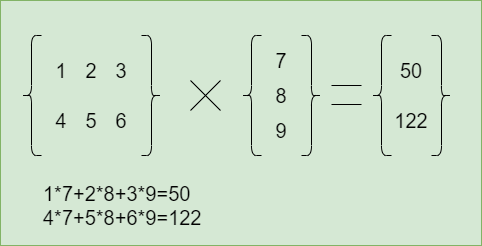
Above: Untitled Diagram.png in yuan-more/cdn (draw.io), before the change. Source tidied: cells renumbered, new cells last; positions are measured from the earlier drawing's top-left corner, leaving out a move shared by most shapes. Its diagram source:
```xml
<mxGraphModel>
  <root>
    <mxCell id="0" />
    <mxCell id="1" parent="0" />
    <mxCell id="2" style="rounded=0;whiteSpace=wrap;html=1;fillColor=#d5e8d4;strokeColor=#82b366;" parent="1" vertex="1">
      <mxGeometry width="481" height="245" as="geometry" />
    </mxCell>
    <mxCell id="3" style="shape=curlyBracket;whiteSpace=wrap;html=1;rounded=1;" parent="1" vertex="1">
      <mxGeometry x="21" y="35" width="20" height="120" as="geometry" />
    </mxCell>
    <mxCell id="4" value="1" style="rounded=0;whiteSpace=wrap;html=1;fillColor=none;strokeColor=none;fontSize=20;fontStyle=0;" parent="1" vertex="1">
      <mxGeometry x="41" y="55" width="40" height="30" as="geometry" />
    </mxCell>
    <mxCell id="5" value="2" style="rounded=0;whiteSpace=wrap;html=1;fillColor=none;strokeColor=none;fontSize=20;fontStyle=0;" parent="1" vertex="1">
      <mxGeometry x="71" y="55" width="40" height="30" as="geometry" />
    </mxCell>
    <mxCell id="6" value="5" style="rounded=0;whiteSpace=wrap;html=1;fillColor=none;strokeColor=none;fontSize=20;fontStyle=0;" parent="1" vertex="1">
      <mxGeometry x="71" y="105" width="40" height="30" as="geometry" />
    </mxCell>
    <mxCell id="7" value="3" style="rounded=0;whiteSpace=wrap;html=1;fillColor=none;strokeColor=none;fontSize=20;fontStyle=0;" parent="1" vertex="1">
      <mxGeometry x="101" y="55" width="40" height="30" as="geometry" />
    </mxCell>
    <mxCell id="8" value="4" style="rounded=0;whiteSpace=wrap;html=1;fillColor=none;strokeColor=none;fontSize=20;fontStyle=0;" parent="1" vertex="1">
      <mxGeometry x="41" y="105" width="40" height="30" as="geometry" />
    </mxCell>
    <mxCell id="9" value="6" style="rounded=0;whiteSpace=wrap;html=1;fillColor=none;strokeColor=none;fontSize=20;fontStyle=0;" parent="1" vertex="1">
      <mxGeometry x="101" y="105" width="40" height="30" as="geometry" />
    </mxCell>
    <mxCell id="10" style="shape=curlyBracket;whiteSpace=wrap;html=1;rounded=1;fillColor=none;fontSize=20;rotation=-180;" parent="1" vertex="1">
      <mxGeometry x="141" y="35" width="20" height="120" as="geometry" />
    </mxCell>
    <mxCell id="11" style="shape=curlyBracket;whiteSpace=wrap;html=1;rounded=1;labelBackgroundColor=#000000;fillColor=none;fontSize=20;fontColor=#000000;" parent="1" vertex="1">
      <mxGeometry x="241" y="35" width="20" height="120" as="geometry" />
    </mxCell>
    <mxCell id="12" value="7" style="rounded=0;whiteSpace=wrap;html=1;fillColor=none;strokeColor=none;fontSize=20;fontStyle=0;" parent="1" vertex="1">
      <mxGeometry x="261" y="45" width="40" height="30" as="geometry" />
    </mxCell>
    <mxCell id="13" value="8" style="rounded=0;whiteSpace=wrap;html=1;fillColor=none;strokeColor=none;fontSize=20;fontStyle=0;" parent="1" vertex="1">
      <mxGeometry x="261" y="80" width="40" height="30" as="geometry" />
    </mxCell>
    <mxCell id="14" value="9" style="rounded=0;whiteSpace=wrap;html=1;fillColor=none;strokeColor=none;fontSize=20;fontStyle=0;" parent="1" vertex="1">
      <mxGeometry x="261" y="115" width="40" height="30" as="geometry" />
    </mxCell>
    <mxCell id="15" style="shape=curlyBracket;whiteSpace=wrap;html=1;rounded=1;labelBackgroundColor=#000000;fillColor=none;fontSize=20;fontColor=#000000;rotation=-180;" parent="1" vertex="1">
      <mxGeometry x="301" y="35" width="20" height="120" as="geometry" />
    </mxCell>
    <mxCell id="16" style="shape=umlDestroy;labelBackgroundColor=#000000;fillColor=none;fontSize=20;fontColor=#000000;" parent="1" vertex="1">
      <mxGeometry x="190" y="80" width="30" height="30" as="geometry" />
    </mxCell>
    <mxCell id="17" style="endArrow=none;html=1;rounded=0;fontSize=20;fontColor=#000000;spacing=15;spacingTop=4;" parent="1" edge="1">
      <mxGeometry relative="1" as="geometry">
        <mxPoint x="331" y="85" as="sourcePoint" />
        <mxPoint x="361" y="85" as="targetPoint" />
      </mxGeometry>
    </mxCell>
    <mxCell id="18" style="endArrow=none;html=1;rounded=0;fontSize=20;fontColor=#000000;spacing=15;spacingTop=4;" parent="1" edge="1">
      <mxGeometry relative="1" as="geometry">
        <mxPoint x="331" y="104" as="sourcePoint" />
        <mxPoint x="361" y="104" as="targetPoint" />
      </mxGeometry>
    </mxCell>
    <mxCell id="19" style="shape=curlyBracket;whiteSpace=wrap;html=1;rounded=1;labelBackgroundColor=#000000;fillColor=none;fontSize=20;fontColor=#000000;" parent="1" vertex="1">
      <mxGeometry x="371" y="35" width="20" height="120" as="geometry" />
    </mxCell>
    <mxCell id="20" value="50" style="rounded=0;whiteSpace=wrap;html=1;fillColor=none;strokeColor=none;fontSize=20;fontStyle=0;" parent="1" vertex="1">
      <mxGeometry x="391" y="55" width="40" height="30" as="geometry" />
    </mxCell>
    <mxCell id="21" value="122" style="rounded=0;whiteSpace=wrap;html=1;fillColor=none;strokeColor=none;fontSize=20;fontStyle=0;" parent="1" vertex="1">
      <mxGeometry x="391" y="105" width="40" height="30" as="geometry" />
    </mxCell>
    <mxCell id="22" style="shape=curlyBracket;whiteSpace=wrap;html=1;rounded=1;labelBackgroundColor=#000000;fillColor=none;fontSize=20;fontColor=#000000;rotation=-180;" parent="1" vertex="1">
      <mxGeometry x="431" y="35" width="20" height="120" as="geometry" />
    </mxCell>
    <mxCell id="23" value="1*7+2*8+3*9=50&lt;br&gt;&lt;div&gt;&lt;span&gt;4*7+5*8+6*9=122&lt;/span&gt;&lt;/div&gt;" style="rounded=1;whiteSpace=wrap;html=1;labelBackgroundColor=none;fillColor=none;fontSize=20;align=left;strokeColor=none;shadow=0;sketch=0;glass=0;" parent="1" vertex="1">
      <mxGeometry x="41" y="175" width="230" height="60" as="geometry" />
    </mxCell>
  </root>
</mxGraphModel>
```
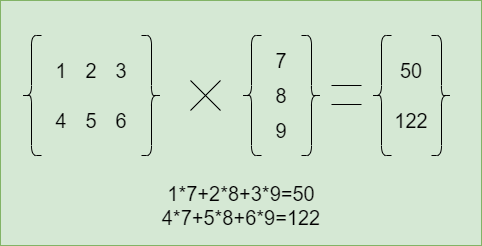
The same diagram one commit later.

What changed in the source:
```diff
@@ -71,8 +71,8 @@
     <mxCell id="22" style="shape=curlyBracket;whiteSpace=wrap;html=1;rounded=1;labelBackgroundColor=#000000;fillColor=none;fontSize=20;fontColor=#000000;rotation=-180;" parent="1" vertex="1">
       <mxGeometry x="431" y="35" width="20" height="120" as="geometry" />
     </mxCell>
-    <mxCell id="23" value="1*7+2*8+3*9=50&lt;br&gt;&lt;div&gt;&lt;span&gt;4*7+5*8+6*9=122&lt;/span&gt;&lt;/div&gt;" style="rounded=1;whiteSpace=wrap;html=1;labelBackgroundColor=none;fillColor=none;fontSize=20;align=left;strokeColor=none;shadow=0;sketch=0;glass=0;" parent="1" vertex="1">
-      <mxGeometry x="41" y="175" width="230" height="60" as="geometry" />
+    <mxCell id="23" value="1*7+2*8+3*9=50&lt;br&gt;&lt;div&gt;&lt;span&gt;4*7+5*8+6*9=122&lt;/span&gt;&lt;/div&gt;" style="rounded=1;whiteSpace=wrap;html=1;labelBackgroundColor=none;fillColor=none;fontSize=20;align=center;strokeColor=none;shadow=0;sketch=0;glass=0;" parent="1" vertex="1">
+      <mxGeometry x="125.5" y="175" width="230" height="60" as="geometry" />
     </mxCell>
   </root>
 </mxGraphModel>
```
